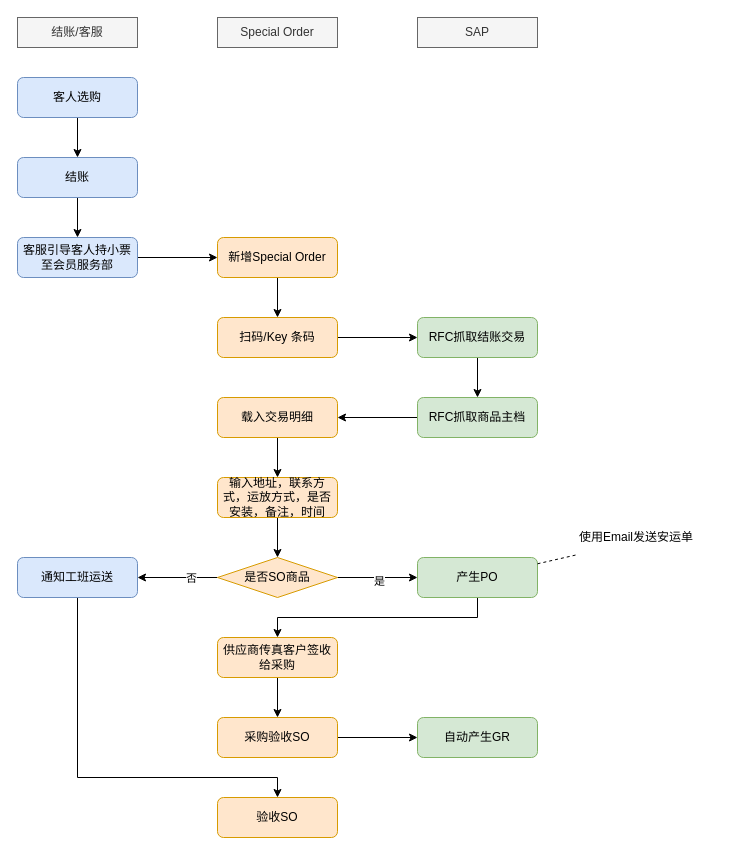
luss613/draw.io keeps this draw.io diagram as page "销售" (1 of 2) of Special Order.drawio. Above is the earlier version. Source tidied: cells renumbered, new cells numbered last; positions are measured from the earlier drawing's top-left corner, leaving out a move shared by most shapes. Both pictures are drawn from the tidied source at 100%, with x=0, y=0 at pixel (17, 17).
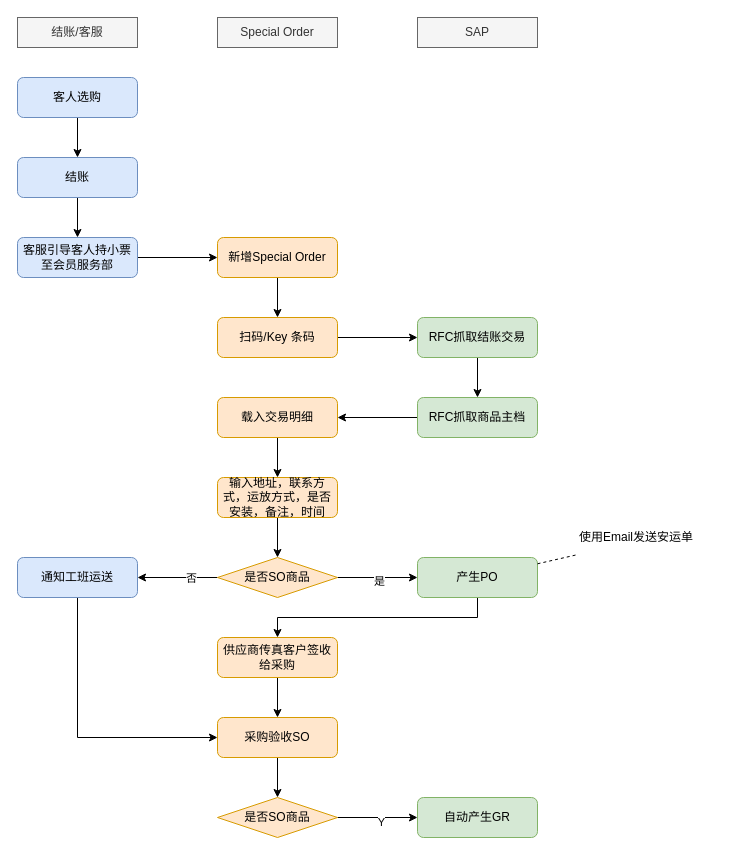
The same diagram, later.

Unchanged cells that the change refers to:
```xml
<mxCell id="29" value="采购验收SO" style="rounded=1;whiteSpace=wrap;html=1;fontSize=12;glass=0;strokeWidth=1;shadow=0;fillColor=#ffe6cc;strokeColor=#d79b00;" parent="1" vertex="1">
  <mxGeometry x="200" y="700" width="120" height="40" as="geometry" />
</mxCell>
<mxCell id="38" value="通知工班运送" style="rounded=1;whiteSpace=wrap;html=1;fontSize=12;glass=0;strokeWidth=1;shadow=0;fillColor=#dae8fc;strokeColor=#6c8ebf;" parent="1" vertex="1">
  <mxGeometry y="540" width="120" height="40" as="geometry" />
</mxCell>
```

The edit, as a diff of the source:
```diff
@@
     <mxCell id="24" value="自动产生GR" style="rounded=1;whiteSpace=wrap;html=1;fontSize=12;glass=0;strokeWidth=1;shadow=0;fillColor=#d5e8d4;strokeColor=#82b366;" parent="1" vertex="1">
-      <mxGeometry x="400" y="700" width="120" height="40" as="geometry" />
+      <mxGeometry x="400" y="780" width="120" height="40" as="geometry" />
     </mxCell>
@@
-    <mxCell id="28" style="edgeStyle=orthogonalEdgeStyle;rounded=0;jettySize=auto;html=1;" parent="1" edge="1" source="29" target="24">
+    <mxCell id="28" style="edgeStyle=orthogonalEdgeStyle;rounded=0;jettySize=auto;html=1;" parent="1" edge="1" source="43" target="24">
       <mxGeometry relative="1" as="geometry" />
     </mxCell>
+    <mxCell id="40" value="Y" style="edgeLabel;html=1;align=center;verticalAlign=middle;" parent="28" vertex="1">
+      <mxGeometry x="0.07" y="-4" relative="1" as="geometry" />
+    </mxCell>
+    <mxCell id="41" style="edgeStyle=orthogonalEdgeStyle;rounded=0;jettySize=auto;html=1;" parent="1" edge="1" source="29" target="43">
+      <mxGeometry relative="1" as="geometry" />
+    </mxCell>
@@
-    <mxCell id="37" style="edgeStyle=orthogonalEdgeStyle;rounded=0;jettySize=auto;html=1;entryX=0.5;entryY=0;entryDx=0;entryDy=0;exitX=0.5;exitY=1;exitDx=0;exitDy=0;" parent="1" edge="1" source="38" target="39">
-      <mxGeometry relative="1" as="geometry">
-        <Array as="points">
-          <mxPoint x="60" y="760" />
-          <mxPoint x="260" y="760" />
-        </Array>
-      </mxGeometry>
-    </mxCell>
+    <mxCell id="42" style="edgeStyle=orthogonalEdgeStyle;rounded=0;jettySize=auto;html=1;entryX=0;entryY=0.5;entryDx=0;entryDy=0;exitX=0.5;exitY=1;exitDx=0;exitDy=0;" parent="1" edge="1" source="38" target="29">
+      <mxGeometry relative="1" as="geometry" />
+    </mxCell>
@@
-    <mxCell id="39" value="验收SO" style="rounded=1;whiteSpace=wrap;html=1;fontSize=12;glass=0;strokeWidth=1;shadow=0;fillColor=#ffe6cc;strokeColor=#d79b00;" parent="1" vertex="1">
-      <mxGeometry x="200" y="780" width="120" height="40" as="geometry" />
-    </mxCell>
+    <mxCell id="43" value="是否SO商品" style="rhombus;whiteSpace=wrap;html=1;fillColor=#ffe6cc;strokeColor=#d79b00;" parent="1" vertex="1">
+      <mxGeometry x="200" y="780" width="120" height="40" as="geometry" />
+    </mxCell>
```
